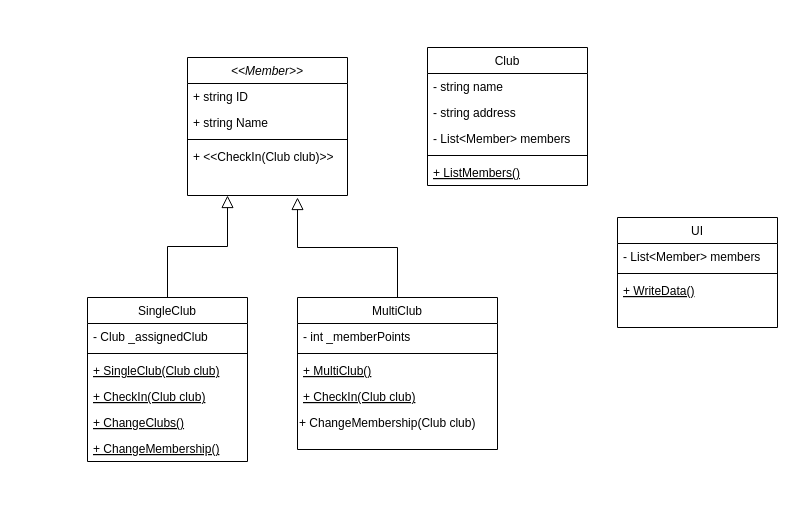
The draw.io diagram FitnessCenter.drawio in szali172/csharp_ahbc_midterm_proj, before the edit. Source tidied: cells renumbered, new cells numbered last; positions are measured from the earlier drawing's top-left corner, leaving out a move shared by most shapes. Both pictures are drawn from the tidied source at 100%, with x=0, y=0 at pixel (87, 47).
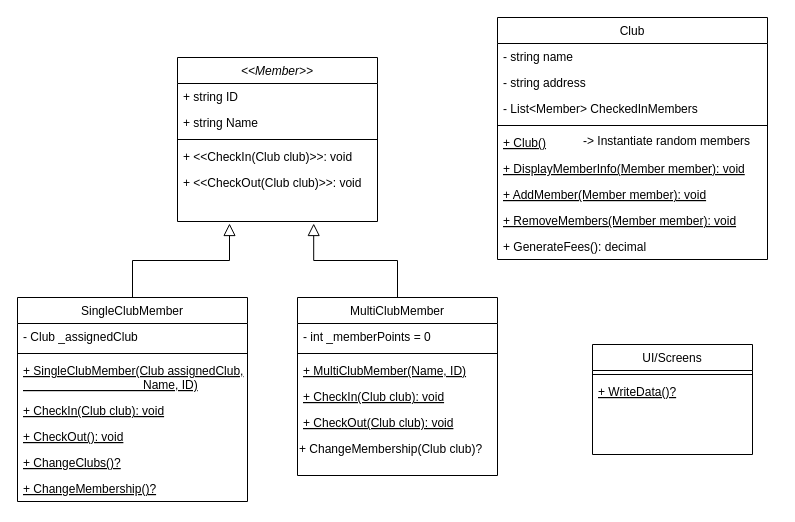
After the change.

What changed in the source:
```diff
@@
     <mxCell id="2" value="&lt;&lt;Member&gt;&gt;" style="swimlane;fontStyle=2;align=center;verticalAlign=top;horizontal=1;startSize=26;rounded=0;shadow=0;strokeWidth=1;" parent="1" vertex="1">
-      <mxGeometry x="100" y="10" width="160" height="138" as="geometry" />
+      <mxGeometry x="90" y="10" width="200" height="164" as="geometry" />
     </mxCell>
     <mxCell id="3" value="+ string ID" style="text;align=left;verticalAlign=top;spacingLeft=4;spacingRight=4;overflow=hidden;" parent="2" vertex="1">
-      <mxGeometry y="26" width="160" height="26" as="geometry" />
+      <mxGeometry y="26" width="200" height="26" as="geometry" />
     </mxCell>
     <mxCell id="4" value="+ string Name" style="text;align=left;verticalAlign=top;spacingLeft=4;spacingRight=4;overflow=hidden;rounded=0;shadow=0;html=0;" parent="2" vertex="1">
-      <mxGeometry y="52" width="160" height="26" as="geometry" />
+      <mxGeometry y="52" width="200" height="26" as="geometry" />
     </mxCell>
     <mxCell id="5" style="line;html=1;strokeWidth=1;align=left;verticalAlign=middle;spacingTop=-1;spacingLeft=3;spacingRight=3;labelPosition=right;" parent="2" vertex="1">
-      <mxGeometry y="78" width="160" height="8" as="geometry" />
+      <mxGeometry y="78" width="200" height="8" as="geometry" />
     </mxCell>
-    <mxCell id="6" value="+ &lt;&lt;CheckIn(Club club)&gt;&gt;" style="text;align=left;verticalAlign=top;spacingLeft=4;spacingRight=4;overflow=hidden;" parent="2" vertex="1">
-      <mxGeometry y="86" width="160" height="26" as="geometry" />
+    <mxCell id="6" value="+ &lt;&lt;CheckIn(Club club)&gt;&gt;: void" style="text;align=left;verticalAlign=top;spacingLeft=4;spacingRight=4;overflow=hidden;" parent="2" vertex="1">
+      <mxGeometry y="86" width="200" height="26" as="geometry" />
     </mxCell>
+    <mxCell id="32" value="+ &lt;&lt;CheckOut(Club club)&gt;&gt;: void" style="text;align=left;verticalAlign=top;spacingLeft=4;spacingRight=4;overflow=hidden;" parent="2" vertex="1">
+      <mxGeometry y="112" width="200" height="26" as="geometry" />
+    </mxCell>
-    <mxCell id="7" value="SingleClub" style="swimlane;fontStyle=0;align=center;verticalAlign=top;horizontal=1;startSize=26;rounded=0;shadow=0;strokeWidth=1;" parent="1" vertex="1">
-      <mxGeometry y="250" width="160" height="164" as="geometry" />
+    <mxCell id="7" value="SingleClubMember" style="swimlane;fontStyle=0;align=center;verticalAlign=top;horizontal=1;startSize=26;rounded=0;shadow=0;strokeWidth=1;" parent="1" vertex="1">
+      <mxGeometry x="-70" y="250" width="230" height="204" as="geometry" />
     </mxCell>
     <mxCell id="8" value="- Club _assignedClub" style="text;align=left;verticalAlign=top;spacingLeft=4;spacingRight=4;overflow=hidden;" parent="7" vertex="1">
-      <mxGeometry y="26" width="160" height="26" as="geometry" />
+      <mxGeometry y="26" width="230" height="26" as="geometry" />
     </mxCell>
     <mxCell id="9" style="line;html=1;strokeWidth=1;align=left;verticalAlign=middle;spacingTop=-1;spacingLeft=3;spacingRight=3;labelPosition=right;" parent="7" vertex="1">
-      <mxGeometry y="52" width="160" height="8" as="geometry" />
+      <mxGeometry y="52" width="230" height="8" as="geometry" />
     </mxCell>
-    <mxCell id="10" value="+ SingleClub(Club club)" style="text;align=left;verticalAlign=top;spacingLeft=4;spacingRight=4;overflow=hidden;fontStyle=4;" parent="7" vertex="1">
-      <mxGeometry y="60" width="160" height="26" as="geometry" />
+    <mxCell id="10" value="+ SingleClubMember(Club assignedClub, &#10;                                    Name, ID)" style="text;align=left;verticalAlign=top;spacingLeft=4;spacingRight=4;overflow=hidden;fontStyle=4;" parent="7" vertex="1">
+      <mxGeometry y="60" width="230" height="40" as="geometry" />
     </mxCell>
-    <mxCell id="11" value="+ CheckIn(Club club)" style="text;align=left;verticalAlign=top;spacingLeft=4;spacingRight=4;overflow=hidden;fontStyle=4;" parent="7" vertex="1">
-      <mxGeometry y="86" width="160" height="26" as="geometry" />
+    <mxCell id="11" value="+ CheckIn(Club club): void" style="text;align=left;verticalAlign=top;spacingLeft=4;spacingRight=4;overflow=hidden;fontStyle=4;" parent="7" vertex="1">
+      <mxGeometry y="100" width="230" height="26" as="geometry" />
     </mxCell>
+    <mxCell id="33" value="+ CheckOut(): void" style="text;align=left;verticalAlign=top;spacingLeft=4;spacingRight=4;overflow=hidden;fontStyle=4;" parent="7" vertex="1">
+      <mxGeometry y="126" width="230" height="26" as="geometry" />
+    </mxCell>
-    <mxCell id="12" value="+ ChangeClubs()&#10;" style="text;align=left;verticalAlign=top;spacingLeft=4;spacingRight=4;overflow=hidden;fontStyle=4;" parent="7" vertex="1">
-      <mxGeometry y="112" width="160" height="26" as="geometry" />
+    <mxCell id="12" value="+ ChangeClubs()?&#10;" style="text;align=left;verticalAlign=top;spacingLeft=4;spacingRight=4;overflow=hidden;fontStyle=4;" parent="7" vertex="1">
+      <mxGeometry y="152" width="230" height="26" as="geometry" />
     </mxCell>
-    <mxCell id="13" value="+ ChangeMembership()" style="text;align=left;verticalAlign=top;spacingLeft=4;spacingRight=4;overflow=hidden;fontStyle=4;" parent="7" vertex="1">
-      <mxGeometry y="138" width="160" height="26" as="geometry" />
+    <mxCell id="13" value="+ ChangeMembership()?" style="text;align=left;verticalAlign=top;spacingLeft=4;spacingRight=4;overflow=hidden;fontStyle=4;" parent="7" vertex="1">
+      <mxGeometry y="178" width="230" height="26" as="geometry" />
     </mxCell>
-    <mxCell id="14" style="endArrow=block;endSize=10;endFill=0;shadow=0;strokeWidth=1;rounded=0;curved=0;edgeStyle=elbowEdgeStyle;elbow=vertical;exitX=0.5;exitY=0;exitDx=0;exitDy=0;" parent="1" edge="1" source="7">
+    <mxCell id="14" style="endArrow=block;endSize=10;endFill=0;shadow=0;strokeWidth=1;rounded=0;curved=0;edgeStyle=elbowEdgeStyle;elbow=vertical;exitX=0.5;exitY=0;exitDx=0;exitDy=0;entryX=0.26;entryY=1.077;entryDx=0;entryDy=0;entryPerimeter=0;" parent="1" edge="1" source="7">
       <mxGeometry relative="1" as="geometry">
-        <mxPoint x="140" y="148" as="targetPoint" />
+        <mxPoint x="142" y="176" as="targetPoint" />
       </mxGeometry>
     </mxCell>
-    <mxCell id="15" value="MultiClub" style="swimlane;fontStyle=0;align=center;verticalAlign=top;horizontal=1;startSize=26;rounded=0;shadow=0;strokeWidth=1;" parent="1" vertex="1">
-      <mxGeometry x="210" y="250" width="200" height="152" as="geometry" />
+    <mxCell id="15" value="MultiClubMember" style="swimlane;fontStyle=0;align=center;verticalAlign=top;horizontal=1;startSize=26;rounded=0;shadow=0;strokeWidth=1;" parent="1" vertex="1">
+      <mxGeometry x="210" y="250" width="200" height="178" as="geometry" />
     </mxCell>
-    <mxCell id="16" value="- int _memberPoints" style="text;align=left;verticalAlign=top;spacingLeft=4;spacingRight=4;overflow=hidden;" parent="15" vertex="1">
+    <mxCell id="16" value="- int _memberPoints = 0" style="text;align=left;verticalAlign=top;spacingLeft=4;spacingRight=4;overflow=hidden;" parent="15" vertex="1">
       <mxGeometry y="26" width="200" height="26" as="geometry" />
     </mxCell>
@@
-    <mxCell id="18" value="+ MultiClub()" style="text;align=left;verticalAlign=top;spacingLeft=4;spacingRight=4;overflow=hidden;fontStyle=4;" parent="15" vertex="1">
+    <mxCell id="18" value="+ MultiClubMember(Name, ID)" style="text;align=left;verticalAlign=top;spacingLeft=4;spacingRight=4;overflow=hidden;fontStyle=4;" parent="15" vertex="1">
       <mxGeometry y="60" width="200" height="26" as="geometry" />
     </mxCell>
-    <mxCell id="19" value="+ CheckIn(Club club)" style="text;align=left;verticalAlign=top;spacingLeft=4;spacingRight=4;overflow=hidden;fontStyle=4;" parent="15" vertex="1">
+    <mxCell id="19" value="+ CheckIn(Club club): void" style="text;align=left;verticalAlign=top;spacingLeft=4;spacingRight=4;overflow=hidden;fontStyle=4;" parent="15" vertex="1">
       <mxGeometry y="86" width="200" height="26" as="geometry" />
     </mxCell>
+    <mxCell id="34" value="+ CheckOut(Club club): void" style="text;align=left;verticalAlign=top;spacingLeft=4;spacingRight=4;overflow=hidden;fontStyle=4;" parent="15" vertex="1">
+      <mxGeometry y="112" width="200" height="26" as="geometry" />
+    </mxCell>
-    <mxCell id="20" value="+ ChangeMembership(Club club)" style="text;whiteSpace=wrap;html=1;" parent="15" vertex="1">
-      <mxGeometry y="112" width="200" height="40" as="geometry" />
+    <mxCell id="20" value="+ ChangeMembership(Club club)?" style="text;whiteSpace=wrap;html=1;" parent="15" vertex="1">
+      <mxGeometry y="138" width="200" height="28" as="geometry" />
     </mxCell>
-    <mxCell id="21" style="endArrow=block;endSize=10;endFill=0;shadow=0;strokeWidth=1;rounded=0;curved=0;edgeStyle=elbowEdgeStyle;elbow=vertical;" parent="1" edge="1" source="15">
+    <mxCell id="21" style="endArrow=block;endSize=10;endFill=0;shadow=0;strokeWidth=1;rounded=0;curved=0;edgeStyle=elbowEdgeStyle;elbow=vertical;entryX=0.681;entryY=1.077;entryDx=0;entryDy=0;entryPerimeter=0;" parent="1" edge="1" source="15">
       <mxGeometry relative="1" as="geometry">
-        <mxPoint x="210" y="150" as="targetPoint" />
+        <mxPoint x="226.2" y="176" as="targetPoint" />
       </mxGeometry>
     </mxCell>
     <mxCell id="22" value="Club" style="swimlane;fontStyle=0;align=center;verticalAlign=top;horizontal=1;startSize=26;rounded=0;shadow=0;strokeWidth=1;" parent="1" vertex="1">
-      <mxGeometry x="340" width="160" height="138" as="geometry" />
+      <mxGeometry x="410" y="-30" width="270" height="242" as="geometry" />
     </mxCell>
     <mxCell id="23" value="- string name" style="text;align=left;verticalAlign=top;spacingLeft=4;spacingRight=4;overflow=hidden;" parent="22" vertex="1">
-      <mxGeometry y="26" width="160" height="26" as="geometry" />
+      <mxGeometry y="26" width="270" height="26" as="geometry" />
     </mxCell>
     <mxCell id="24" value="- string address" style="text;align=left;verticalAlign=top;spacingLeft=4;spacingRight=4;overflow=hidden;rounded=0;shadow=0;html=0;" parent="22" vertex="1">
-      <mxGeometry y="52" width="160" height="26" as="geometry" />
+      <mxGeometry y="52" width="270" height="26" as="geometry" />
     </mxCell>
-    <mxCell id="25" value="- List&lt;Member&gt; members" style="text;align=left;verticalAlign=top;spacingLeft=4;spacingRight=4;overflow=hidden;rounded=0;shadow=0;html=0;" parent="22" vertex="1">
-      <mxGeometry y="78" width="160" height="26" as="geometry" />
+    <mxCell id="25" value="- List&lt;Member&gt; CheckedInMembers" style="text;align=left;verticalAlign=top;spacingLeft=4;spacingRight=4;overflow=hidden;rounded=0;shadow=0;html=0;" parent="22" vertex="1">
+      <mxGeometry y="78" width="270" height="26" as="geometry" />
     </mxCell>
     <mxCell id="26" style="line;html=1;strokeWidth=1;align=left;verticalAlign=middle;spacingTop=-1;spacingLeft=3;spacingRight=3;labelPosition=right;" parent="22" vertex="1">
-      <mxGeometry y="104" width="160" height="8" as="geometry" />
+      <mxGeometry y="104" width="270" height="8" as="geometry" />
     </mxCell>
-    <mxCell id="27" value="+ ListMembers()" style="text;align=left;verticalAlign=top;spacingLeft=4;spacingRight=4;overflow=hidden;fontStyle=4;" parent="22" vertex="1">
-      <mxGeometry y="112" width="160" height="26" as="geometry" />
+    <mxCell id="27" value="+ Club()" style="text;align=left;verticalAlign=top;spacingLeft=4;spacingRight=4;overflow=hidden;fontStyle=4;" parent="22" vertex="1">
+      <mxGeometry y="112" width="270" height="26" as="geometry" />
     </mxCell>
+    <mxCell id="35" value="+ DisplayMemberInfo(Member member): void" style="text;align=left;verticalAlign=top;spacingLeft=4;spacingRight=4;overflow=hidden;fontStyle=4;" parent="22" vertex="1">
+      <mxGeometry y="138" width="270" height="26" as="geometry" />
+    </mxCell>
+    <mxCell id="36" value="+ AddMember(Member member): void" style="text;align=left;verticalAlign=top;spacingLeft=4;spacingRight=4;overflow=hidden;fontStyle=4;" parent="22" vertex="1">
+      <mxGeometry y="164" width="270" height="26" as="geometry" />
+    </mxCell>
+    <mxCell id="37" value="+ RemoveMembers(Member member): void" style="text;align=left;verticalAlign=top;spacingLeft=4;spacingRight=4;overflow=hidden;fontStyle=4;" parent="22" vertex="1">
+      <mxGeometry y="190" width="270" height="26" as="geometry" />
+    </mxCell>
+    <mxCell id="38" value="+ GenerateFees(): decimal" style="text;align=left;verticalAlign=top;spacingLeft=4;spacingRight=4;overflow=hidden;" parent="22" vertex="1">
+      <mxGeometry y="216" width="270" height="26" as="geometry" />
+    </mxCell>
-    <mxCell id="28" value="UI" style="swimlane;fontStyle=0;align=center;verticalAlign=top;horizontal=1;startSize=26;rounded=0;shadow=0;strokeWidth=1;" parent="1" vertex="1">
-      <mxGeometry x="530" y="170" width="160" height="110" as="geometry" />
+    <mxCell id="28" value="UI/Screens" style="swimlane;fontStyle=0;align=center;verticalAlign=top;horizontal=1;startSize=26;rounded=0;shadow=0;strokeWidth=1;" parent="1" vertex="1">
+      <mxGeometry x="505" y="297" width="160" height="110" as="geometry" />
     </mxCell>
-    <mxCell id="29" value="- List&lt;Member&gt; members" style="text;align=left;verticalAlign=top;spacingLeft=4;spacingRight=4;overflow=hidden;" parent="28" vertex="1">
-      <mxGeometry y="26" width="160" height="26" as="geometry" />
-    </mxCell>
     <mxCell id="30" style="line;html=1;strokeWidth=1;align=left;verticalAlign=middle;spacingTop=-1;spacingLeft=3;spacingRight=3;labelPosition=right;" parent="28" vertex="1">
-      <mxGeometry y="52" width="160" height="8" as="geometry" />
+      <mxGeometry y="26" width="160" height="8" as="geometry" />
     </mxCell>
-    <mxCell id="31" value="+ WriteData()" style="text;align=left;verticalAlign=top;spacingLeft=4;spacingRight=4;overflow=hidden;fontStyle=4;" parent="28" vertex="1">
-      <mxGeometry y="60" width="160" height="26" as="geometry" />
+    <mxCell id="31" value="+ WriteData()?" style="text;align=left;verticalAlign=top;spacingLeft=4;spacingRight=4;overflow=hidden;fontStyle=4;" parent="28" vertex="1">
+      <mxGeometry y="34" width="160" height="26" as="geometry" />
     </mxCell>
+    <mxCell id="39" value="-&gt; Instantiate random members" style="text;align=left;verticalAlign=top;spacingLeft=4;spacingRight=4;overflow=hidden;" parent="1" vertex="1">
+      <mxGeometry x="490" y="80" width="190" height="26" as="geometry" />
+    </mxCell>
```
